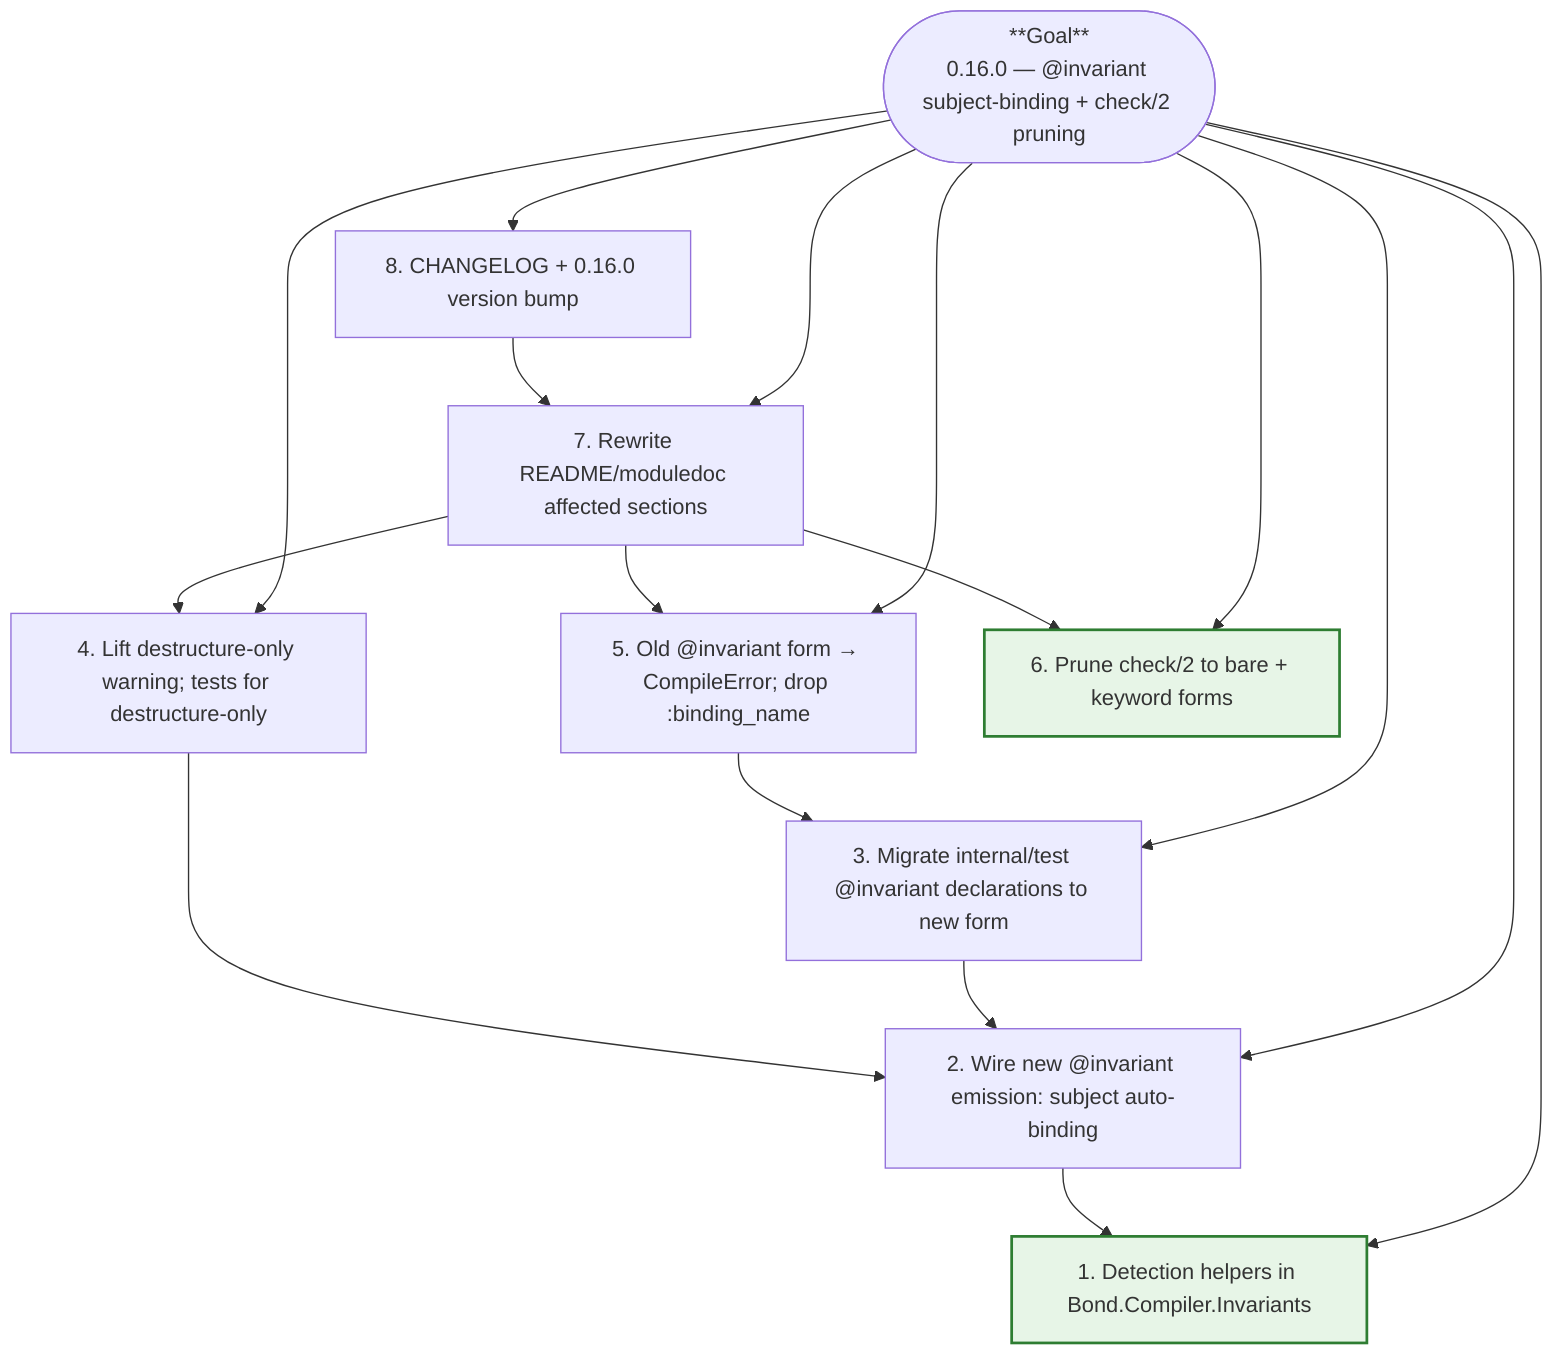
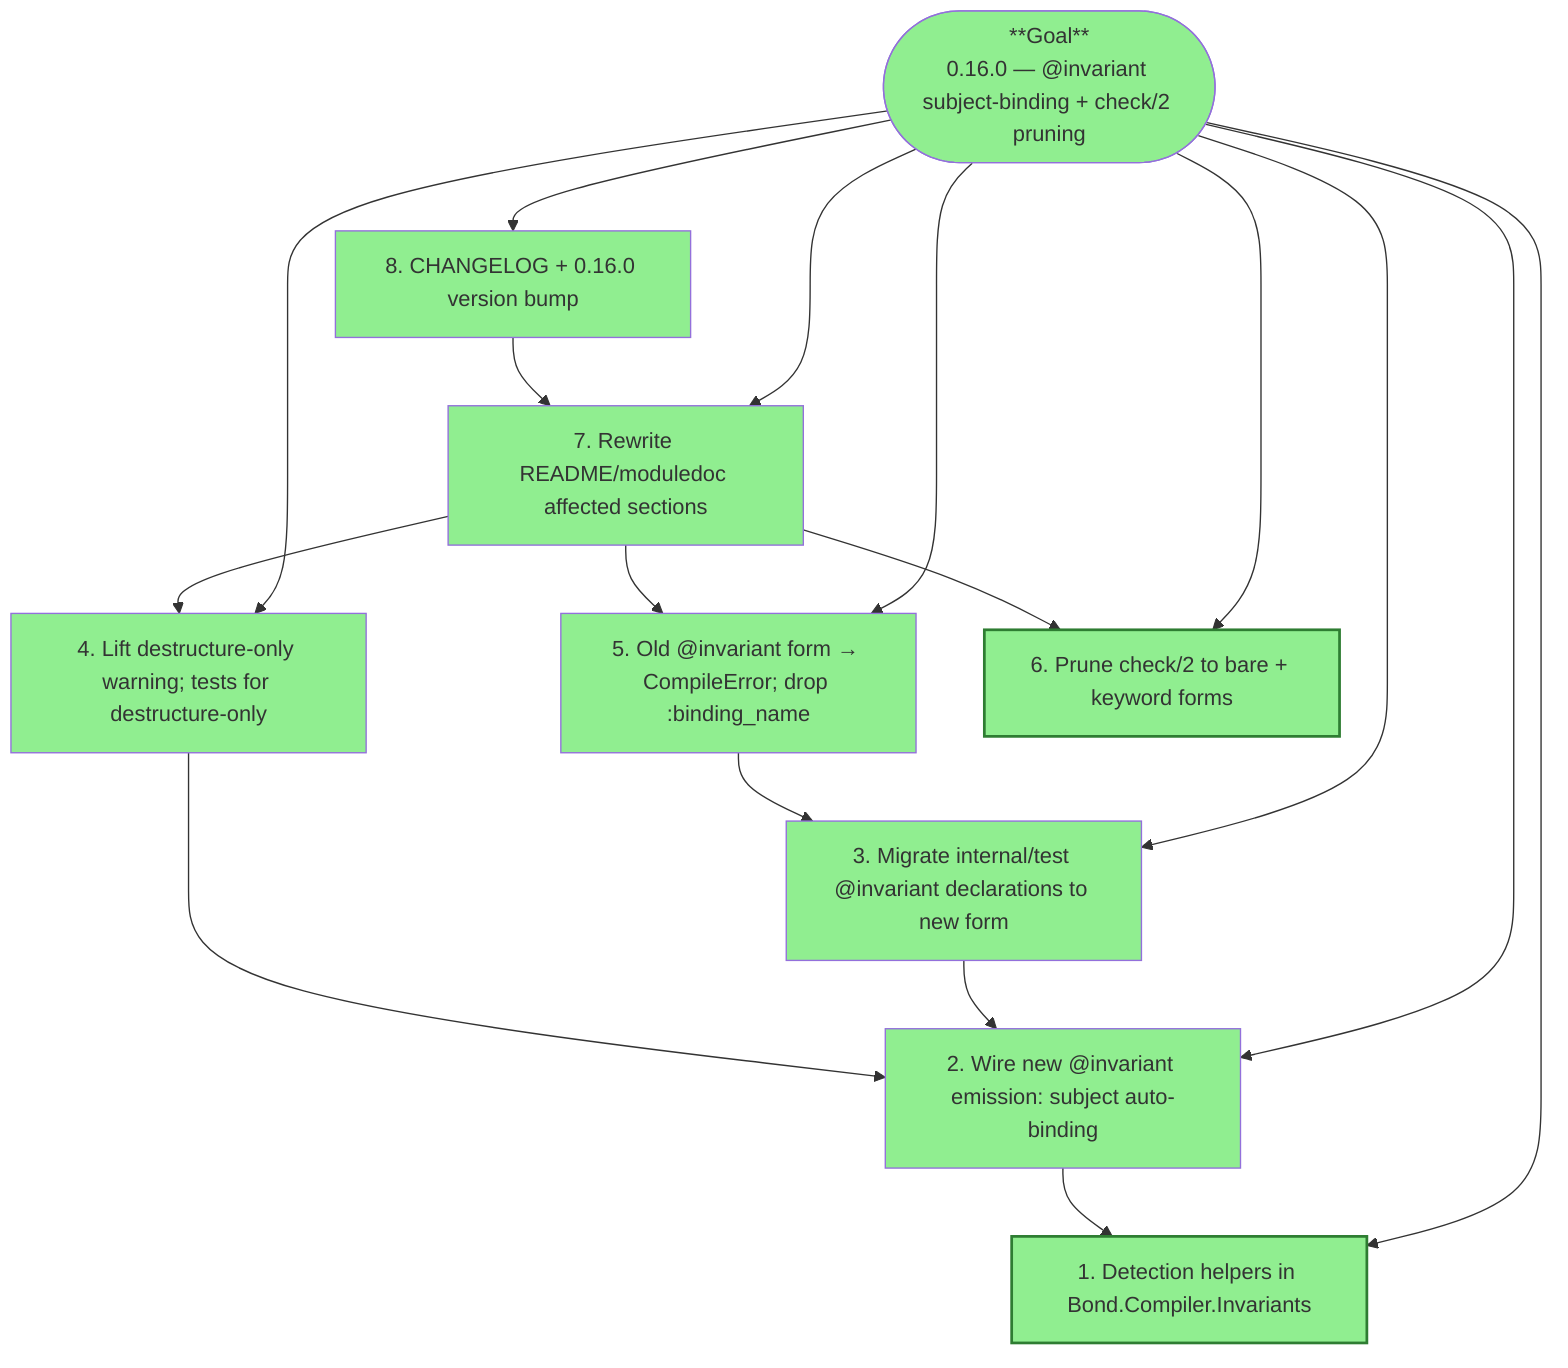
flowchart TD
%% Mikado graph for the 0.16.0 work bundle:
%%   1. @invariant subject-binding redesign (Move A+B; clean break)
%%   2. check/2 syntax pruning (bare + kw forms only)

%% Arrows point from a goal to its prerequisites. Leaves (green) have no
%% further prerequisites. Depth-first per Mikado: pick a leaf, finish it,
%% commit, repeat.

%% Design:
%%   - `@invariant <expr_or_kw>` — no binding-name argument.
%%   - `subject` is the implicit binding in invariant expressions.
%%   - Bond auto-detects struct params: `%__MODULE__{} = x`,
%%     `is_struct(x, __MODULE__)` guard, or `%__MODULE__{...}` destructure.
%%   - Multiple struct params: pre-check fires on each, rebinding subject.
%%   - Destructure-only heads: warning lifted; Bond injects the binding
%%     in its override clause.
%%   - No struct in head: silent (no pre-check); post-check still fires
%%     if return shape matches.
%%   - Clean break: old `@invariant <name>, <expr>` raises CompileError
%%     with a migration message.
%%   - check/2 keeps `check expr` and `check label: expr`; drops the
%%     `check "str", expr` / `check expr, "str"` forms.

    G(["**Goal**<br/>0.16.0 — @invariant subject-binding + check/2 pruning"])

    G --> S1[1. Detection helpers in Bond.Compiler.Invariants]
    G --> S2[2. Wire new @invariant emission: subject auto-binding]
    G --> S3[3. Migrate internal/test @invariant declarations to new form]
    G --> S4[4. Lift destructure-only warning; tests for destructure-only]
    G --> S5[5. Old @invariant form → CompileError; drop :binding_name]
    G --> C1[6. Prune check/2 to bare + keyword forms]
    G --> D1[7. Rewrite README/moduledoc affected sections]
    G --> R1[8. CHANGELOG + 0.16.0 version bump]

    S2 --> S1
    S3 --> S2
    S4 --> S2
    S5 --> S3
    D1 --> S5
    D1 --> S4
    D1 --> C1
    R1 --> D1

    classDef leaf fill:#e7f5e7,stroke:#2e7d32,stroke-width:2px;
    class S1,C1 leaf;
+ 
+     style G fill:#90EE90
+     style S1 fill:#90EE90
+     style S2 fill:#90EE90
+     style S3 fill:#90EE90
+     style S4 fill:#90EE90
+     style S5 fill:#90EE90
+     style C1 fill:#90EE90
+     style D1 fill:#90EE90
+     style R1 fill:#90EE90
